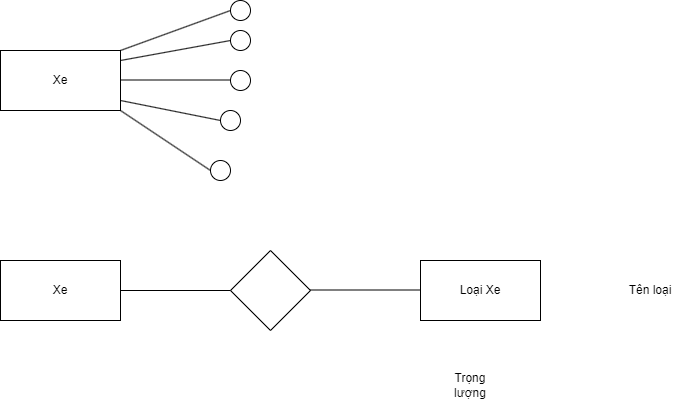
The draw.io diagram Chương 3 QT4(Mô hình hóa).png in datnham0212/learning, before a commit. Source tidied: cells renumbered, new cells last; positions are measured from the earlier drawing's top-left corner, leaving out a move shared by most shapes.
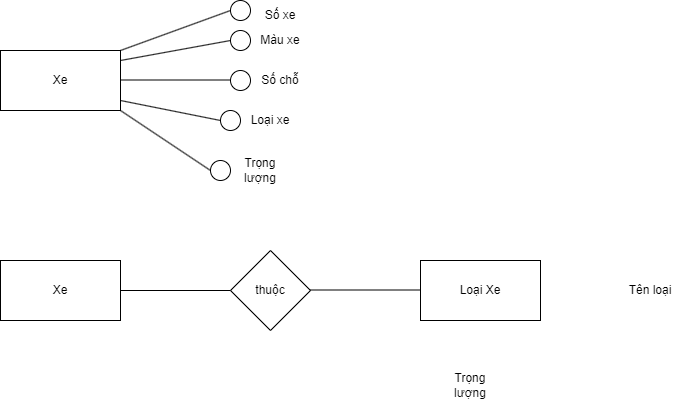
Above is the later version.

The edit, as a diff of the source:
```diff
@@ -8,7 +8,7 @@
     <mxCell id="3" value="Xe" style="rounded=0;whiteSpace=wrap;html=1;" parent="1" vertex="1">
       <mxGeometry y="260" width="120" height="60" as="geometry" />
     </mxCell>
-    <mxCell id="4" style="rhombus;whiteSpace=wrap;html=1;" parent="1" vertex="1">
+    <mxCell id="4" value="thuộc" style="rhombus;whiteSpace=wrap;html=1;" parent="1" vertex="1">
       <mxGeometry x="230" y="250" width="80" height="80" as="geometry" />
     </mxCell>
     <mxCell id="5" value="Loại Xe" style="rounded=0;whiteSpace=wrap;html=1;" parent="1" vertex="1">
@@ -76,5 +76,20 @@
     <mxCell id="19" value="Trọng lượng" style="text;html=1;strokeColor=none;fillColor=none;align=center;verticalAlign=middle;whiteSpace=wrap;rounded=0;" parent="1" vertex="1">
       <mxGeometry x="440" y="370" width="60" height="30" as="geometry" />
     </mxCell>
+    <mxCell id="20" value="Số xe" style="text;html=1;strokeColor=none;fillColor=none;align=center;verticalAlign=middle;whiteSpace=wrap;rounded=0;" parent="1" vertex="1">
+      <mxGeometry x="250" width="60" height="30" as="geometry" />
+    </mxCell>
+    <mxCell id="21" value="Màu xe" style="text;html=1;strokeColor=none;fillColor=none;align=center;verticalAlign=middle;whiteSpace=wrap;rounded=0;" parent="1" vertex="1">
+      <mxGeometry x="250" y="25" width="60" height="30" as="geometry" />
+    </mxCell>
+    <mxCell id="22" value="Số chỗ" style="text;html=1;strokeColor=none;fillColor=none;align=center;verticalAlign=middle;whiteSpace=wrap;rounded=0;" parent="1" vertex="1">
+      <mxGeometry x="250" y="65" width="60" height="30" as="geometry" />
+    </mxCell>
+    <mxCell id="23" value="Loại xe" style="text;html=1;strokeColor=none;fillColor=none;align=center;verticalAlign=middle;whiteSpace=wrap;rounded=0;" parent="1" vertex="1">
+      <mxGeometry x="240" y="105" width="60" height="30" as="geometry" />
+    </mxCell>
+    <mxCell id="24" value="Trọng lượng" style="text;html=1;strokeColor=none;fillColor=none;align=center;verticalAlign=middle;whiteSpace=wrap;rounded=0;" parent="1" vertex="1">
+      <mxGeometry x="230" y="155" width="60" height="30" as="geometry" />
+    </mxCell>
   </root>
 </mxGraphModel>
```
